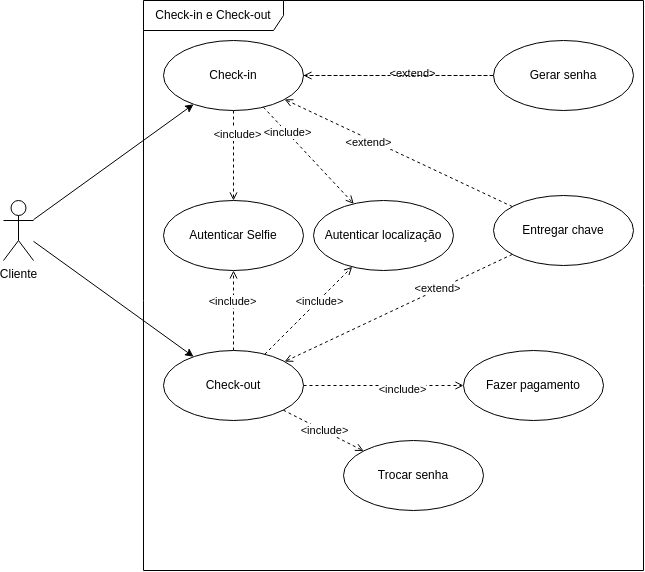
Above: diagramas/caso de uso/caso_de_uso_check_in_check_out.png in Marco-ACosta/trabalho_hotelaria (draw.io), before the change. Source tidied: cells renumbered, new cells last; positions are measured from the earlier drawing's top-left corner, leaving out a move shared by most shapes.
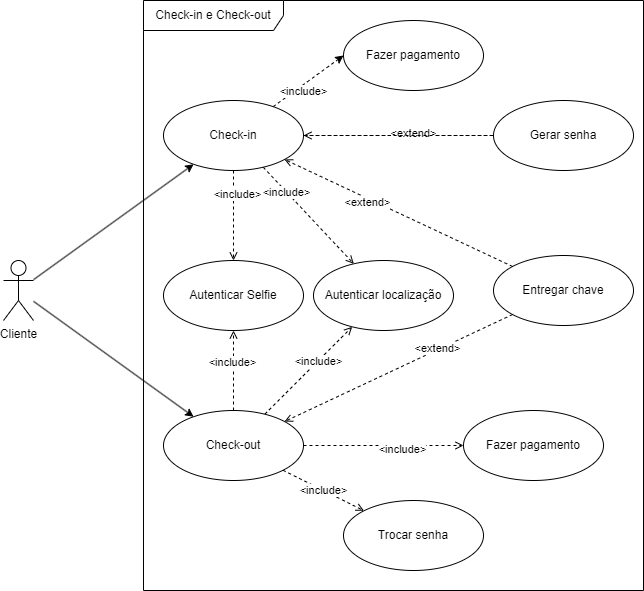
The same diagram one commit later.

Change to the diagram source:
```diff
@@ -12,7 +12,7 @@
       <mxGeometry y="200" width="30" height="60" as="geometry" />
     </mxCell>
     <mxCell id="5" value="Check-in e Check-out" style="shape=umlFrame;whiteSpace=wrap;html=1;width=140;height=30;" parent="1" vertex="1">
-      <mxGeometry x="140" width="500" height="570" as="geometry" />
+      <mxGeometry x="140" y="-60" width="500" height="590" as="geometry" />
     </mxCell>
     <mxCell id="6" value="Autenticar Selfie" style="ellipse;whiteSpace=wrap;html=1;" parent="1" vertex="1">
       <mxGeometry x="160" y="200" width="140" height="70" as="geometry" />
@@ -32,6 +32,14 @@
     <mxCell id="11" value="&amp;lt;include&amp;gt;" style="edgeLabel;html=1;align=center;verticalAlign=middle;" parent="10" vertex="1">
       <mxGeometry x="-0.49" relative="1" as="geometry" />
     </mxCell>
+    <mxCell id="33" style="edgeStyle=none;html=1;entryX=0;entryY=0.5;entryDx=0;entryDy=0;dashed=1;" parent="1" edge="1" source="12" target="35">
+      <mxGeometry relative="1" as="geometry" />
+    </mxCell>
+    <mxCell id="34" value="&amp;lt;include&amp;gt;" style="edgeLabel;html=1;align=center;verticalAlign=middle;" parent="33" vertex="1">
+      <mxGeometry x="-0.36" y="4" relative="1" as="geometry">
+        <mxPoint x="10" y="4" as="offset" />
+      </mxGeometry>
+    </mxCell>
     <mxCell id="12" value="Check-in" style="ellipse;whiteSpace=wrap;html=1;" parent="1" vertex="1">
       <mxGeometry x="160" y="40" width="140" height="70" as="geometry" />
     </mxCell>
@@ -97,5 +105,8 @@
     <mxCell id="32" value="Trocar senha" style="ellipse;whiteSpace=wrap;html=1;" parent="1" vertex="1">
       <mxGeometry x="340" y="440" width="140" height="70" as="geometry" />
     </mxCell>
+    <mxCell id="35" value="Fazer pagamento" style="ellipse;whiteSpace=wrap;html=1;" parent="1" vertex="1">
+      <mxGeometry x="340" y="-40" width="140" height="70" as="geometry" />
+    </mxCell>
   </root>
 </mxGraphModel>
```
